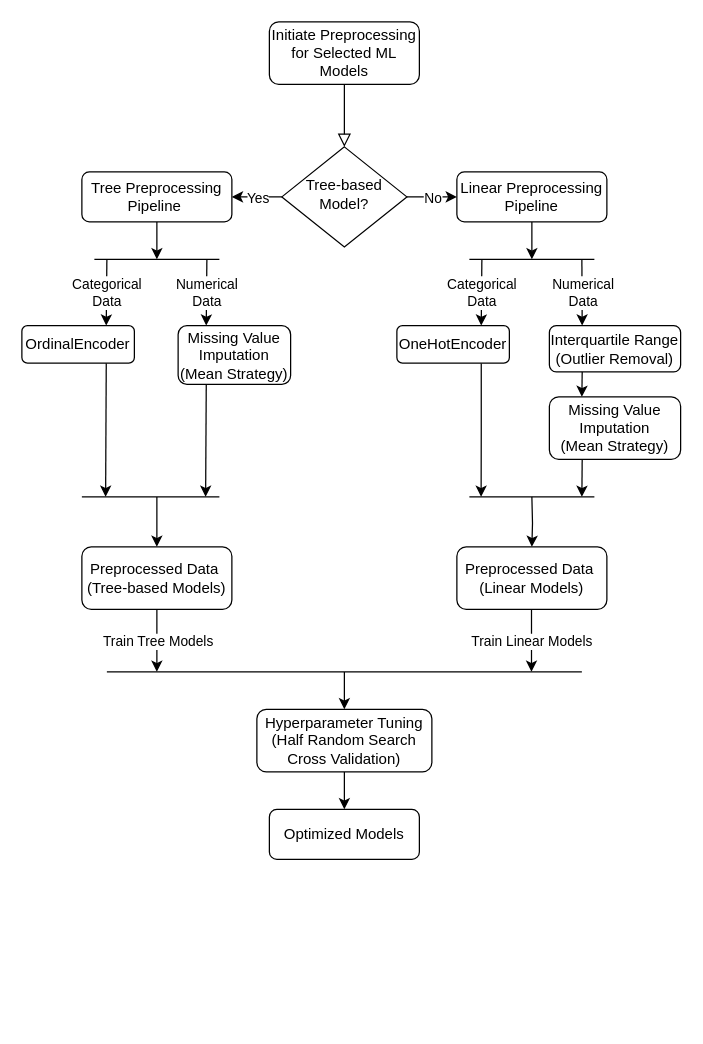
This is docs/ML-Process-flowchart.drawio from Sabokou/AutoMLatically, a draw.io file, before an edit. Source tidied: cells renumbered, new cells numbered last; positions are measured from the earlier drawing's top-left corner, leaving out a move shared by most shapes. Both pictures are drawn from the tidied source at 125%, with x=0, y=0 at pixel (21, 21).
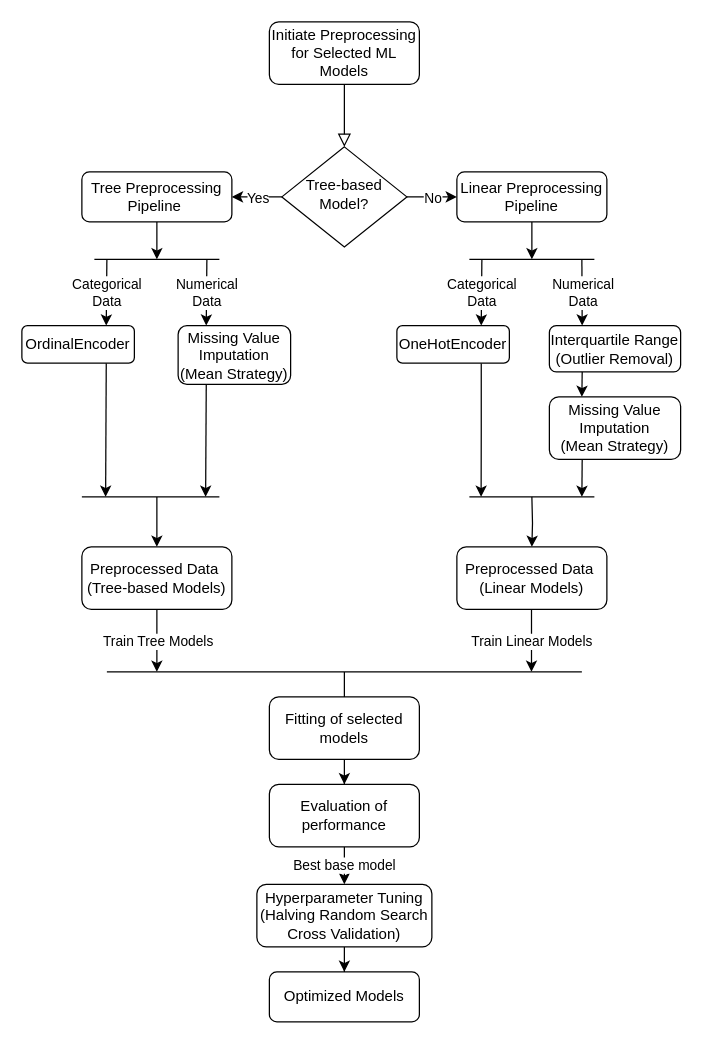
The same diagram, later.

Commit message (it also covers changes not shown here):
Add: Prozess Overview drawio and updated ML process

Change to the diagram source:
```diff
@@
-    <mxCell id="44" style="endArrow=classic;html=1;rounded=0;entryX=0.5;entryY=0;entryDx=0;entryDy=0;" parent="1" edge="1" target="46">
+    <mxCell id="44" style="endArrow=classic;html=1;rounded=0;" parent="1" edge="1">
       <mxGeometry relative="1" as="geometry">
         <mxPoint x="258" y="520" as="sourcePoint" />
+        <mxPoint x="258" y="550" as="targetPoint" />
       </mxGeometry>
     </mxCell>
@@
-    <mxCell id="46" value="Hyperparameter Tuning&lt;br&gt;(Half Random Search Cross Validation)" style="rounded=1;whiteSpace=wrap;html=1;" parent="1" vertex="1">
-      <mxGeometry x="188" y="550" width="140" height="50" as="geometry" />
+    <mxCell id="46" value="Hyperparameter Tuning&lt;br&gt;(Halving Random Search Cross Validation)" style="rounded=1;whiteSpace=wrap;html=1;" parent="1" vertex="1">
+      <mxGeometry x="188" y="690" width="140" height="50" as="geometry" />
     </mxCell>
     <mxCell id="47" value="Optimized Models" style="rounded=1;whiteSpace=wrap;html=1;" parent="1" vertex="1">
-      <mxGeometry x="198" y="630" width="120" height="40" as="geometry" />
+      <mxGeometry x="198" y="760" width="120" height="40" as="geometry" />
     </mxCell>
+    <mxCell id="48" style="edgeStyle=orthogonalEdgeStyle;rounded=0;jettySize=auto;html=1;entryX=0.5;entryY=0;entryDx=0;entryDy=0;" parent="1" edge="1" source="49" target="51">
+      <mxGeometry relative="1" as="geometry" />
+    </mxCell>
+    <mxCell id="49" value="Fitting of selected models" style="rounded=1;whiteSpace=wrap;html=1;" parent="1" vertex="1">
+      <mxGeometry x="198" y="540" width="120" height="50" as="geometry" />
+    </mxCell>
+    <mxCell id="50" value="Best base model" style="edgeStyle=orthogonalEdgeStyle;rounded=0;jettySize=auto;html=1;entryX=0.5;entryY=0;entryDx=0;entryDy=0;" parent="1" edge="1" source="51" target="46">
+      <mxGeometry relative="1" as="geometry" />
+    </mxCell>
+    <mxCell id="51" value="Evaluation of performance" style="rounded=1;whiteSpace=wrap;html=1;" parent="1" vertex="1">
+      <mxGeometry x="198" y="610" width="120" height="50" as="geometry" />
+    </mxCell>
```
